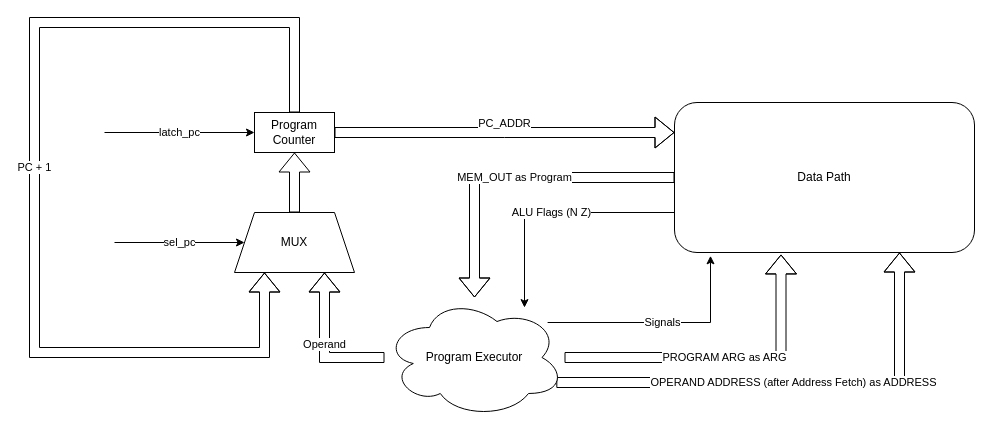
The draw.io diagram docs/schemes/cu.drawio in FEgor04/csa-lab3, before the edit. Source tidied: cells renumbered, new cells numbered last; positions are measured from the earlier drawing's top-left corner, leaving out a move shared by most shapes. Both pictures are drawn from the tidied source at 100%, with x=0, y=0 at pixel (34, 22).
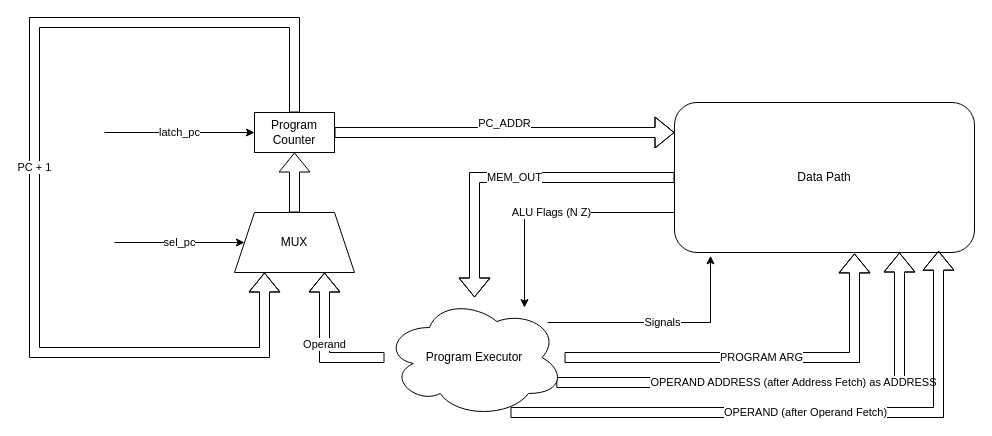
The same diagram, later.

Commit message (it also covers changes not shown here):
fix: remove `address` & `operand` from CU

The change refers to these unchanged cells:
```xml
<mxCell id="7" value="Data Path" style="rounded=1;whiteSpace=wrap;html=1;" parent="1" vertex="1">
  <mxGeometry x="640" y="80" width="300" height="150" as="geometry" />
</mxCell>
<mxCell id="12" value="Program Executor" style="ellipse;shape=cloud;whiteSpace=wrap;html=1;" parent="1" vertex="1">
  <mxGeometry x="350" y="275" width="180" height="120" as="geometry" />
</mxCell>
```

Change to the diagram source:
```diff
@@
-    <mxCell id="5" value="MEM_OUT as Program" style="edgeStyle=orthogonalEdgeStyle;rounded=0;jettySize=auto;html=1;shape=flexArrow;" parent="1" edge="1" source="7" target="12">
+    <mxCell id="5" value="MEM_OUT" style="edgeStyle=orthogonalEdgeStyle;rounded=0;jettySize=auto;html=1;shape=flexArrow;" parent="1" edge="1" source="7" target="12">
       <mxGeometry relative="1" as="geometry" />
     </mxCell>
@@
-    <mxCell id="16" value="PROGRAM ARG as ARG" style="edgeStyle=orthogonalEdgeStyle;rounded=0;jettySize=auto;html=1;entryX=0.355;entryY=1.013;entryDx=0;entryDy=0;entryPerimeter=0;shape=flexArrow;" parent="1" edge="1" source="12" target="7">
+    <mxCell id="16" value="PROGRAM ARG" style="edgeStyle=orthogonalEdgeStyle;rounded=0;jettySize=auto;html=1;entryX=0.6;entryY=1.006;entryDx=0;entryDy=0;entryPerimeter=0;shape=flexArrow;" parent="1" edge="1" source="12" target="7">
       <mxGeometry relative="1" as="geometry" />
     </mxCell>
+    <mxCell id="17" value="OPERAND (after Operand Fetch)" style="edgeStyle=orthogonalEdgeStyle;rounded=0;jettySize=auto;html=1;entryX=0.88;entryY=0.988;entryDx=0;entryDy=0;entryPerimeter=0;shape=flexArrow;" parent="1" edge="1" source="12" target="7">
+      <mxGeometry relative="1" as="geometry">
+        <Array as="points">
+          <mxPoint x="904" y="390" />
+        </Array>
+      </mxGeometry>
+    </mxCell>
```
